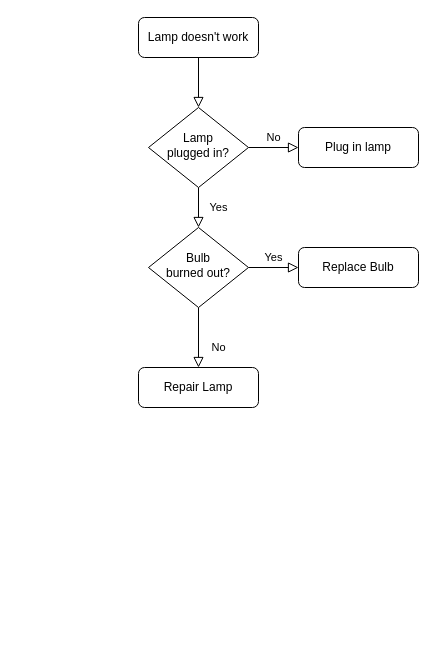
Above: QueryRewrite_Filtering.drawio in Timothyhay/CookieBox (draw.io), before the change. Source tidied: cells renumbered, new cells numbered last; positions are measured from the earlier drawing's top-left corner, leaving out a move shared by most shapes. Both pictures are drawn from the tidied source at 100%, with x=0, y=0 at pixel (138, 17).
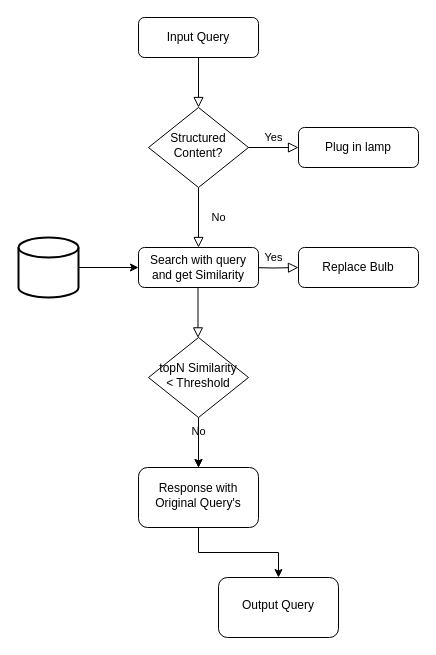
Above is the later version.

Unchanged cells that the change refers to:
```xml
<mxCell id="7" value="Plug in lamp" style="rounded=1;whiteSpace=wrap;html=1;fontSize=12;glass=0;strokeWidth=1;shadow=0;" parent="1" vertex="1">
  <mxGeometry x="160" y="110" width="120" height="40" as="geometry" />
</mxCell>
<mxCell id="12" value="Replace Bulb" style="rounded=1;whiteSpace=wrap;html=1;fontSize=12;glass=0;strokeWidth=1;shadow=0;" parent="1" vertex="1">
  <mxGeometry x="160" y="230" width="120" height="40" as="geometry" />
</mxCell>
```

What changed in the source:
```diff
@@
-    <mxCell id="3" value="Lamp doesn't work" style="rounded=1;whiteSpace=wrap;html=1;fontSize=12;glass=0;strokeWidth=1;shadow=0;" parent="1" vertex="1">
+    <mxCell id="3" value="Input Query" style="rounded=1;whiteSpace=wrap;html=1;fontSize=12;glass=0;strokeWidth=1;shadow=0;" parent="1" vertex="1">
       <mxGeometry width="120" height="40" as="geometry" />
     </mxCell>
-    <mxCell id="4" value="Yes" style="rounded=0;html=1;jettySize=auto;fontSize=11;endArrow=block;endFill=0;endSize=8;strokeWidth=1;shadow=0;labelBackgroundColor=none;edgeStyle=orthogonalEdgeStyle;" parent="1" edge="1" source="6" target="10">
+    <mxCell id="4" value="No" style="rounded=0;html=1;jettySize=auto;fontSize=11;endArrow=block;endFill=0;endSize=8;strokeWidth=1;shadow=0;labelBackgroundColor=none;edgeStyle=orthogonalEdgeStyle;entryX=0.5;entryY=0;entryDx=0;entryDy=0;" parent="1" edge="1" source="6" target="11">
       <mxGeometry y="20" relative="1" as="geometry" />
     </mxCell>
-    <mxCell id="5" value="No" style="edgeStyle=orthogonalEdgeStyle;rounded=0;html=1;jettySize=auto;fontSize=11;endArrow=block;endFill=0;endSize=8;strokeWidth=1;shadow=0;labelBackgroundColor=none;" parent="1" edge="1" source="6" target="7">
+    <mxCell id="5" value="Yes" style="edgeStyle=orthogonalEdgeStyle;rounded=0;html=1;jettySize=auto;fontSize=11;endArrow=block;endFill=0;endSize=8;strokeWidth=1;shadow=0;labelBackgroundColor=none;" parent="1" edge="1" source="6" target="7">
       <mxGeometry y="10" relative="1" as="geometry" />
     </mxCell>
-    <mxCell id="6" value="Lamp&lt;br&gt;plugged in?" style="rhombus;whiteSpace=wrap;html=1;shadow=0;fontFamily=Helvetica;fontSize=12;align=center;strokeWidth=1;spacing=6;spacingTop=-4;" parent="1" vertex="1">
+    <mxCell id="6" value="Structured Content?" style="rhombus;whiteSpace=wrap;html=1;shadow=0;fontFamily=Helvetica;fontSize=12;align=center;strokeWidth=1;spacing=6;spacingTop=-4;" parent="1" vertex="1">
       <mxGeometry x="10" y="90" width="100" height="80" as="geometry" />
     </mxCell>
@@
-    <mxCell id="8" value="No" style="rounded=0;html=1;jettySize=auto;fontSize=11;endArrow=block;endFill=0;endSize=8;strokeWidth=1;shadow=0;labelBackgroundColor=none;edgeStyle=orthogonalEdgeStyle;" parent="1" edge="1" source="10" target="11">
-      <mxGeometry x="0.33" y="20" relative="1" as="geometry" />
-    </mxCell>
-    <mxCell id="9" value="Yes" style="edgeStyle=orthogonalEdgeStyle;rounded=0;html=1;jettySize=auto;fontSize=11;endArrow=block;endFill=0;endSize=8;strokeWidth=1;shadow=0;labelBackgroundColor=none;" parent="1" edge="1" source="10" target="12">
-      <mxGeometry y="10" relative="1" as="geometry" />
+    <mxCell id="9" value="Yes" style="edgeStyle=orthogonalEdgeStyle;rounded=0;html=1;jettySize=auto;fontSize=11;endArrow=block;endFill=0;endSize=8;strokeWidth=1;shadow=0;labelBackgroundColor=none;" parent="1" edge="1" target="12">
+      <mxGeometry y="10" relative="1" as="geometry">
+        <mxPoint x="110" y="250" as="sourcePoint" />
+      </mxGeometry>
     </mxCell>
-    <mxCell id="10" value="Bulb&lt;br&gt;burned out?" style="rhombus;whiteSpace=wrap;html=1;shadow=0;fontFamily=Helvetica;fontSize=12;align=center;strokeWidth=1;spacing=6;spacingTop=-4;" parent="1" vertex="1">
-      <mxGeometry x="10" y="210" width="100" height="80" as="geometry" />
-    </mxCell>
-    <mxCell id="11" value="Repair Lamp" style="rounded=1;whiteSpace=wrap;html=1;fontSize=12;glass=0;strokeWidth=1;shadow=0;" parent="1" vertex="1">
-      <mxGeometry y="350" width="120" height="40" as="geometry" />
+    <mxCell id="11" value="Search with query and get Similarity" style="rounded=1;whiteSpace=wrap;html=1;fontSize=12;glass=0;strokeWidth=1;shadow=0;" parent="1" vertex="1">
+      <mxGeometry y="230" width="120" height="40" as="geometry" />
     </mxCell>
@@
+    <mxCell id="13" style="edgeStyle=orthogonalEdgeStyle;rounded=0;jettySize=auto;html=1;exitX=1;exitY=0.5;exitDx=0;exitDy=0;exitPerimeter=0;entryX=0;entryY=0.5;entryDx=0;entryDy=0;" parent="1" edge="1" source="14" target="11">
+      <mxGeometry relative="1" as="geometry" />
+    </mxCell>
+    <mxCell id="14" style="strokeWidth=2;html=1;shape=mxgraph.flowchart.database;whiteSpace=wrap;" parent="1" vertex="1">
+      <mxGeometry x="-120" y="220" width="60" height="60" as="geometry" />
+    </mxCell>
+    <mxCell id="15" style="edgeStyle=orthogonalEdgeStyle;rounded=0;jettySize=auto;html=1;" parent="1" edge="1" source="17" target="20">
+      <mxGeometry relative="1" as="geometry" />
+    </mxCell>
+    <mxCell id="8" value="No" style="edgeLabel;html=1;align=center;verticalAlign=middle;" parent="15" vertex="1">
+      <mxGeometry x="-0.48" y="-1" relative="1" as="geometry" />
+    </mxCell>
+    <mxCell id="16" style="edgeStyle=orthogonalEdgeStyle;rounded=0;jettySize=auto;html=1;" parent="1" edge="1" source="17" target="20">
+      <mxGeometry relative="1" as="geometry" />
+    </mxCell>
+    <mxCell id="17" value="topN Similarity&lt;div&gt;&amp;lt; Threshold&lt;/div&gt;" style="rhombus;whiteSpace=wrap;html=1;shadow=0;fontFamily=Helvetica;fontSize=12;align=center;strokeWidth=1;spacing=6;spacingTop=-4;" parent="1" vertex="1">
+      <mxGeometry x="10" y="320" width="100" height="80" as="geometry" />
+    </mxCell>
+    <mxCell id="18" style="rounded=0;html=1;jettySize=auto;fontSize=11;endArrow=block;endFill=0;endSize=8;strokeWidth=1;shadow=0;labelBackgroundColor=none;edgeStyle=orthogonalEdgeStyle;" parent="1" edge="1" target="17">
+      <mxGeometry y="20" relative="1" as="geometry">
+        <mxPoint x="59.5" y="270" as="sourcePoint" />
+      </mxGeometry>
+    </mxCell>
+    <mxCell id="19" style="edgeStyle=orthogonalEdgeStyle;rounded=0;jettySize=auto;html=1;" parent="1" edge="1" source="20" target="21">
+      <mxGeometry relative="1" as="geometry" />
+    </mxCell>
+    <mxCell id="20" value="Response with Original Query's" style="rounded=1;whiteSpace=wrap;html=1;shadow=0;strokeWidth=1;spacing=6;spacingTop=-4;" parent="1" vertex="1">
+      <mxGeometry y="450" width="120" height="60" as="geometry" />
+    </mxCell>
+    <mxCell id="21" value="Output Query" style="rounded=1;whiteSpace=wrap;html=1;shadow=0;strokeWidth=1;spacing=6;spacingTop=-4;" parent="1" vertex="1">
+      <mxGeometry x="80" y="560" width="120" height="60" as="geometry" />
+    </mxCell>
```
